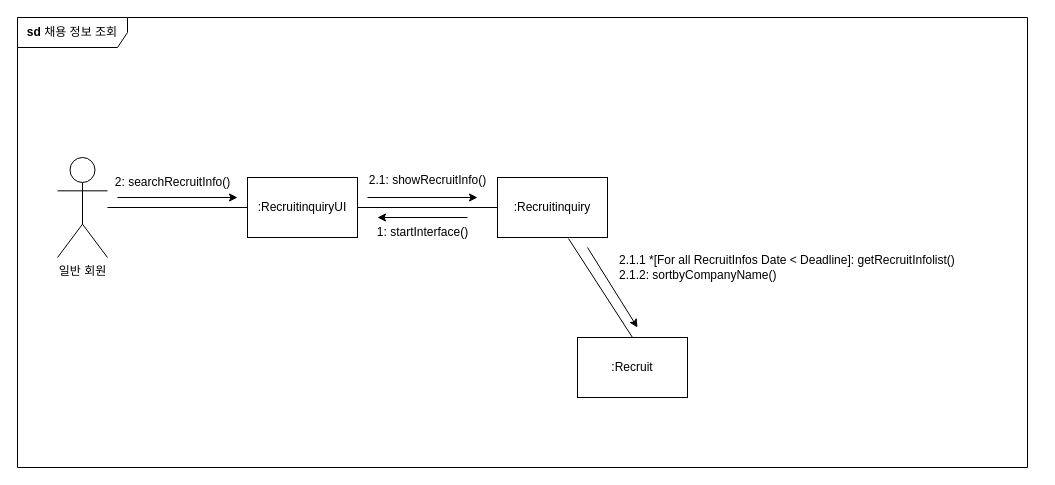
This is Taemin/채용정보조회_Communication_Diagram_B811045김태민_과제2.drawio from KimTaemin-Git/SE2, a draw.io file, before an edit. Source tidied: cells renumbered, new cells numbered last; positions are measured from the earlier drawing's top-left corner, leaving out a move shared by most shapes. Both pictures are drawn from the tidied source at 100%, with x=0, y=0 at pixel (17, 17).
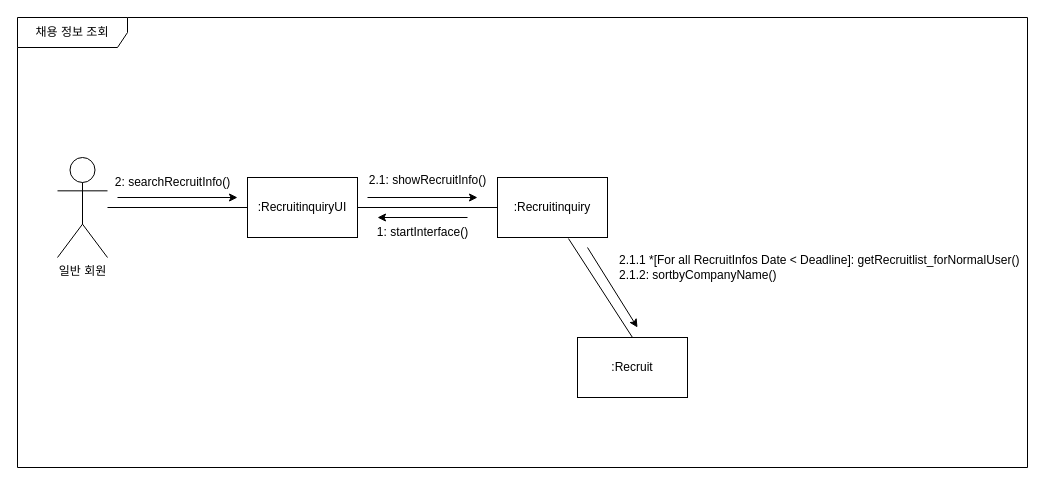
After the change.

Commit message:
채용정보조회_Communication_Diagram_B811045김태민_과제2.drawio 업데이트

The change refers to these unchanged cells:
```xml
<mxCell id="2" style="group;" parent="1" vertex="1">
  <mxGeometry x="40" y="130" width="980" height="250" as="geometry" />
</mxCell>
```

Change to the diagram source:
```diff
@@
-    <mxCell id="14" value="2.1.1 *[For all RecruitInfos Date &amp;lt; Deadline]: getRecruitInfolist()&lt;br&gt;2.1.2: sortbyCompanyName()" style="text;html=1;align=left;verticalAlign=middle;strokeColor=none;fillColor=none;" parent="2" vertex="1">
-      <mxGeometry x="560" y="100" width="360" height="40" as="geometry" />
+    <mxCell id="14" value="2.1.1 *[For all RecruitInfos Date &amp;lt; Deadline]:&amp;nbsp;getRecruitlist_forNormalUser()&lt;br&gt;2.1.2: sortbyCompanyName()" style="text;html=1;align=left;verticalAlign=middle;strokeColor=none;fillColor=none;" parent="2" vertex="1">
+      <mxGeometry x="560" y="100" width="420" height="40" as="geometry" />
     </mxCell>
@@
-    <mxCell id="18" value="&lt;b&gt;sd&lt;/b&gt;&amp;nbsp;채용 정보 조회" style="shape=umlFrame;whiteSpace=wrap;html=1;width=110;height=30;" parent="1" vertex="1">
+    <mxCell id="18" value="채용 정보 조회" style="shape=umlFrame;whiteSpace=wrap;html=1;width=110;height=30;" parent="1" vertex="1">
       <mxGeometry width="1010" height="450" as="geometry" />
     </mxCell>
```
